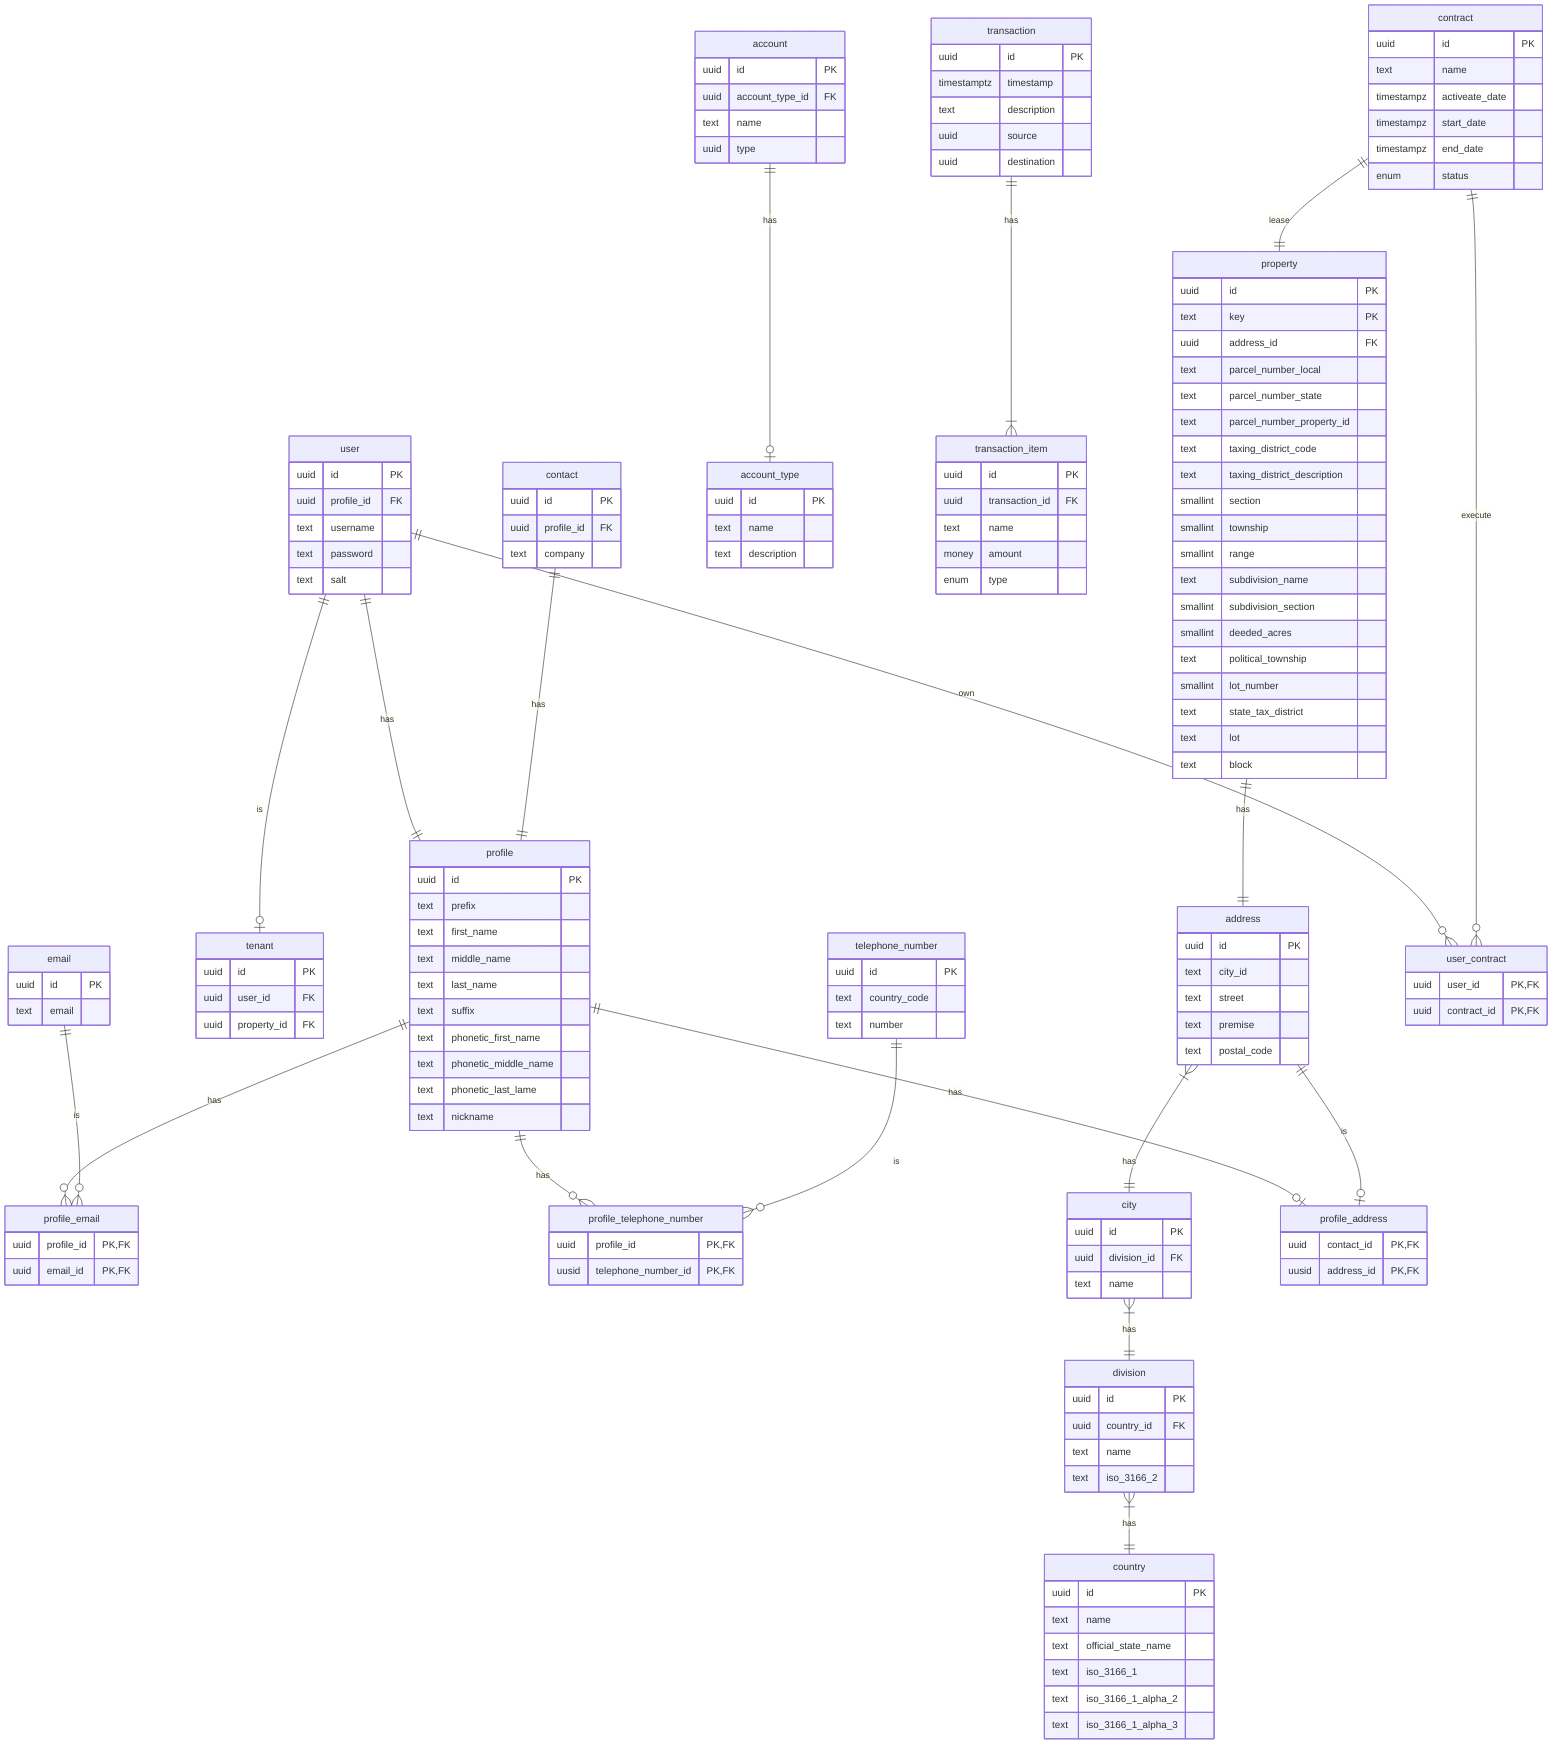
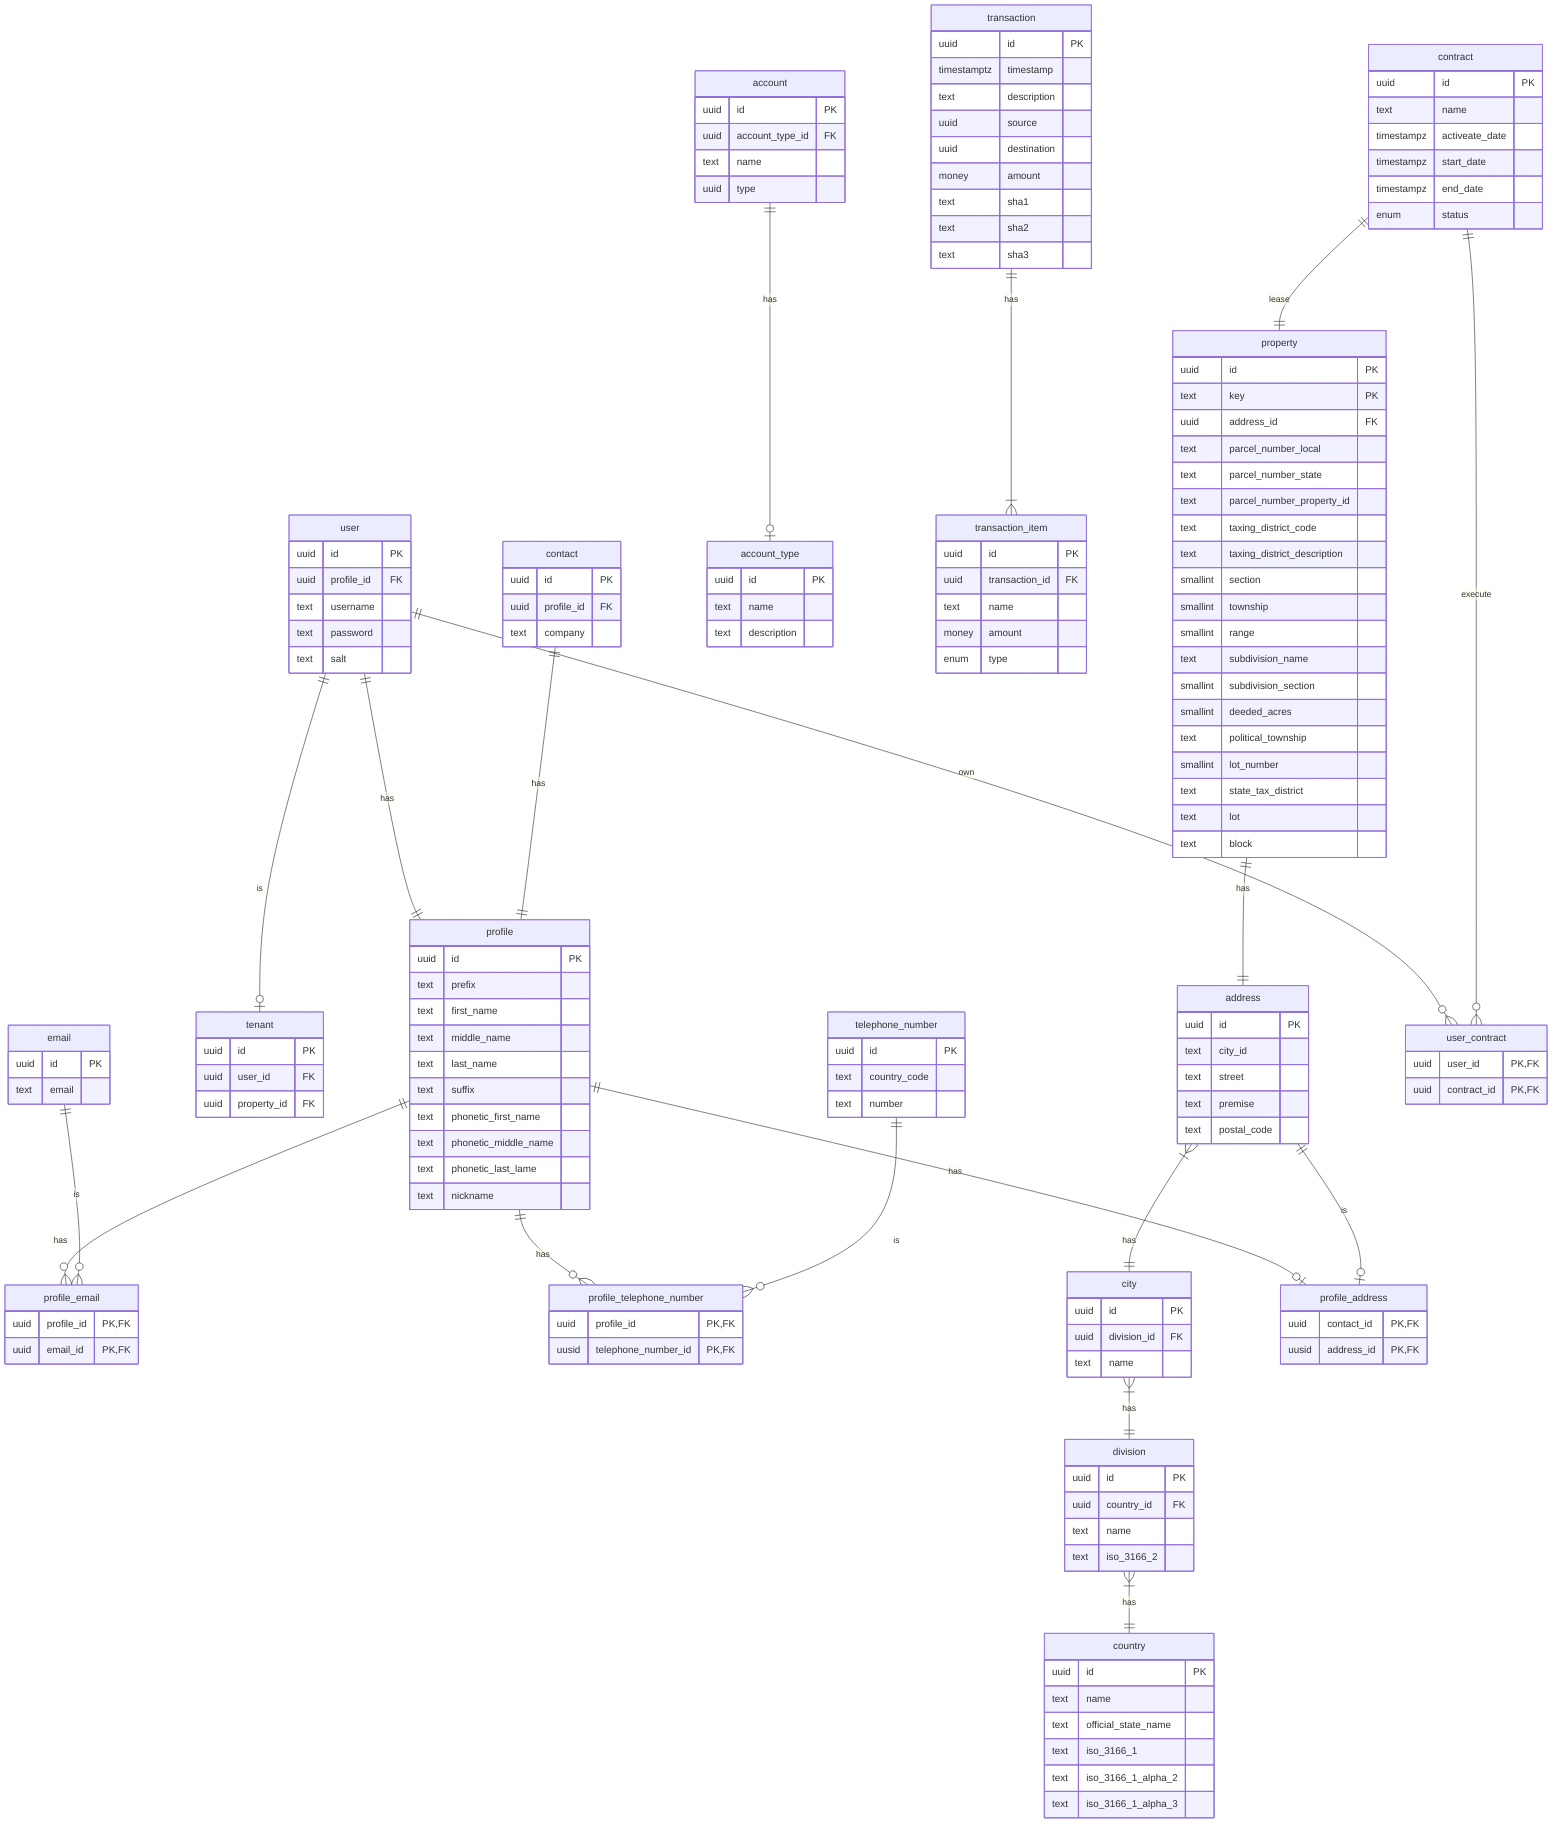
erDiagram
    %% User
    %% The user of the system
    user ||--|| profile : has
    user ||--o| tenant : is
    user {
        uuid id PK
        uuid profile_id FK
        text username
        text password
        text salt
    }

    %% Contact
    contact ||--|| profile : has
    contact {
        uuid id PK
        uuid profile_id FK
        text company
    }

    %% Profile
    profile {
        uuid id PK
        text prefix
        text first_name
        text middle_name
        text last_name
        text suffix
        text phonetic_first_name
        text phonetic_middle_name
        text phonetic_last_lame
        text nickname
    }

    %% Email
    email {
        uuid id PK
        text email
    }

    profile ||--o{ profile_email : has
    email ||--o{ profile_email : is
    profile_email {
        uuid profile_id PK,FK
        uuid email_id PK,FK
    }

    %% Telephone Number
    telephone_number {
        uuid id PK
        text country_code
        text number
    }

    profile ||--o{ profile_telephone_number : has
    telephone_number ||--o{ profile_telephone_number : is
    profile_telephone_number {
        uuid profile_id PK,FK
        uusid telephone_number_id PK,FK
    }

    %% Address
    address }|--|| city : has
    address {
        uuid id PK
        text city_id
        text street
        text premise
        text postal_code
    }

    profile ||--o| profile_address : has
    address ||--o| profile_address : is
    profile_address {
        uuid contact_id PK,FK
        uusid address_id PK,FK
    }

    %% City
    city }|--|| division : has
    city {
        uuid id PK
        uuid division_id FK
        text name
    }

    %% Division
    division }|--|| country : has
    division {
        uuid id PK
        uuid country_id FK
        text name
        text iso_3166_2
    }

    %% Country
    country {
        uuid id PK
        text name
        text official_state_name
        text iso_3166_1
        text iso_3166_1_alpha_2
        text iso_3166_1_alpha_3
    }

    %% Account
    account {
        uuid id PK
        uuid account_type_id FK
        text name
        uuid type
    }

    account ||--o| account_type : has
    account_type {
        uuid id PK
        text name
        text description
    }

    %% Transaction
    transaction {
        uuid id PK
        timestamptz timestamp
        text description
        uuid source
        uuid destination
+         money amount
+         text sha1
+         text sha2
+         text sha3
        %% money original_cost
        %% money tax
        %% money adjustment
        %% money discount
        %% enum tax_expense
    }

    %% Transaction Item
    transaction ||--|{ transaction_item : has
    transaction_item {
        uuid id PK
        uuid transaction_id FK
        %% Category?
        text name
        money amount
        enum type
    }

    %% Tenant
    tenant {
        uuid id PK
        uuid user_id FK
        uuid property_id FK
    }

    %% Contract
    contract ||--|| property : lease
    contract {
        uuid id PK
        text name
        timestampz activeate_date
        timestampz start_date
        timestampz end_date
        enum status
    }

    %% User Contract
    user ||--o{ user_contract : own
    contract ||--o{ user_contract : execute
    user_contract {
        uuid user_id PK,FK
        uuid contract_id PK,FK
    }

    %% Property
    property ||--|| address : has
    property {
        uuid id PK
        text key PK
        uuid address_id FK
        text parcel_number_local
        text parcel_number_state
        text parcel_number_property_id
        text taxing_district_code
        text taxing_district_description
        smallint section
        smallint township
        smallint range
        text subdivision_name
        smallint subdivision_section
        smallint deeded_acres
        text political_township
        smallint lot_number
        text state_tax_district
        text lot
        text block
    }
